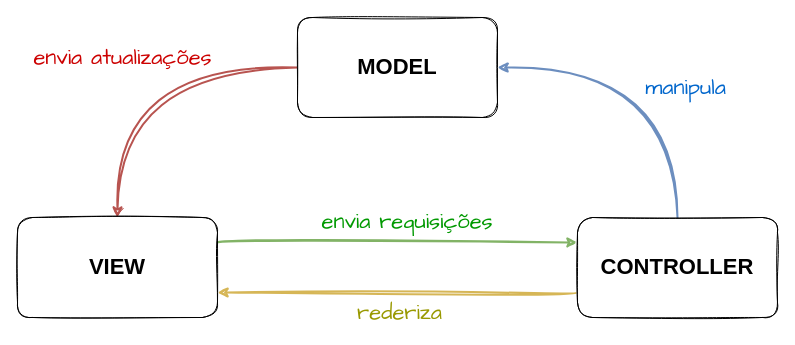
This is page "MVC" (3 of 3) of IGTI-PA_ARS.drawio from heliomarpm/diagrams.drawio, a draw.io file, before an edit. Source tidied: cells renumbered, new cells numbered last; positions are measured from the earlier drawing's top-left corner, leaving out a move shared by most shapes. Both pictures are drawn from the tidied source at 100%, with x=0, y=0 at pixel (17, 17).
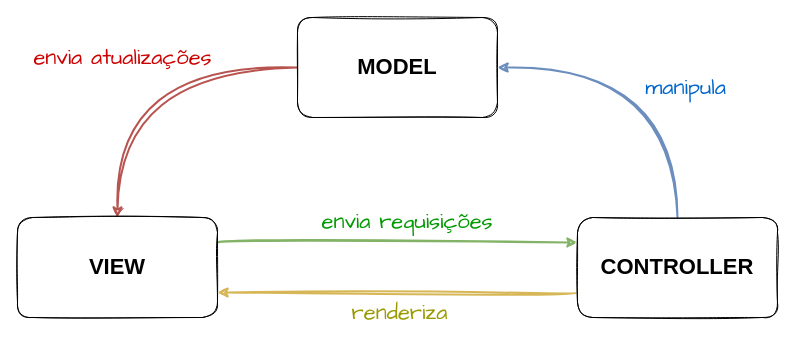
The same page after the edit.

Diff of the diagram source:
```diff
@@
 <mxGraphModel>
   <root>
     <mxCell id="0" />
     <mxCell id="1" parent="0" />
     <mxCell id="2" style="edgeStyle=orthogonalEdgeStyle;rounded=0;sketch=1;hachureGap=4;jiggle=2;jettySize=auto;html=1;entryX=0.5;entryY=0;entryDx=0;entryDy=0;fontFamily=Architects Daughter;fontSize=22;curved=1;fillColor=#f8cecc;strokeColor=#b85450;strokeWidth=2;" parent="1" edge="1" source="4" target="7">
       <mxGeometry relative="1" as="geometry" />
     </mxCell>
     <mxCell id="3" value="&amp;nbsp;envia atualizações&amp;nbsp;" style="edgeLabel;html=1;align=center;verticalAlign=middle;fontSize=22;fontFamily=Architects Daughter;fontColor=#CC0000;" parent="2" vertex="1">
       <mxGeometry x="-0.23" y="34" relative="1" as="geometry">
         <mxPoint x="-49" y="-44" as="offset" />
       </mxGeometry>
     </mxCell>
     <mxCell id="4" value="MODEL" style="rounded=1;whiteSpace=wrap;html=1;fontSize=22;fontStyle=1;sketch=1;" parent="1" vertex="1">
       <mxGeometry x="280" width="200" height="100" as="geometry" />
     </mxCell>
     <mxCell id="5" style="edgeStyle=orthogonalEdgeStyle;curved=1;rounded=0;sketch=1;hachureGap=4;jiggle=2;jettySize=auto;html=1;entryX=0;entryY=0.25;entryDx=0;entryDy=0;strokeWidth=2;fontFamily=Architects Daughter;fontSize=22;fontColor=#0066CC;exitX=1;exitY=0.25;exitDx=0;exitDy=0;fillColor=#d5e8d4;strokeColor=#82b366;" parent="1" edge="1" source="7" target="12">
       <mxGeometry relative="1" as="geometry" />
     </mxCell>
     <mxCell id="6" value="&amp;nbsp;envia requisições&amp;nbsp;&amp;nbsp;" style="edgeLabel;html=1;align=center;verticalAlign=middle;fontSize=22;fontFamily=Architects Daughter;fontColor=#009900;" parent="5" vertex="1">
       <mxGeometry x="0.07" y="3" relative="1" as="geometry">
         <mxPoint y="-17" as="offset" />
       </mxGeometry>
     </mxCell>
     <mxCell id="7" value="VIEW" style="rounded=1;whiteSpace=wrap;html=1;fontSize=22;fontStyle=1;sketch=1;" parent="1" vertex="1">
       <mxGeometry y="200" width="200" height="100" as="geometry" />
     </mxCell>
     <mxCell id="8" style="edgeStyle=orthogonalEdgeStyle;curved=1;rounded=0;sketch=1;hachureGap=4;jiggle=2;jettySize=auto;html=1;entryX=1;entryY=0.5;entryDx=0;entryDy=0;strokeWidth=2;fontFamily=Architects Daughter;fontSize=22;fontColor=#CC0000;exitX=0.5;exitY=0;exitDx=0;exitDy=0;fillColor=#dae8fc;strokeColor=#6c8ebf;" parent="1" edge="1" source="12" target="4">
       <mxGeometry relative="1" as="geometry" />
     </mxCell>
     <mxCell id="9" value="&amp;nbsp;manipula&amp;nbsp;" style="edgeLabel;html=1;align=center;verticalAlign=middle;fontSize=22;fontFamily=Architects Daughter;fontColor=#0066CC;" parent="8" vertex="1">
       <mxGeometry x="0.28" y="30" relative="1" as="geometry">
         <mxPoint x="68" y="-10" as="offset" />
       </mxGeometry>
     </mxCell>
     <mxCell id="10" style="edgeStyle=orthogonalEdgeStyle;curved=1;rounded=0;sketch=1;hachureGap=4;jiggle=2;jettySize=auto;html=1;entryX=1;entryY=0.75;entryDx=0;entryDy=0;strokeWidth=2;fontFamily=Architects Daughter;fontSize=22;fontColor=#0066CC;exitX=0;exitY=0.75;exitDx=0;exitDy=0;fillColor=#fff2cc;strokeColor=#d6b656;" parent="1" edge="1" source="12" target="7">
       <mxGeometry relative="1" as="geometry" />
     </mxCell>
-    <mxCell id="11" value="&amp;nbsp;rederiza&amp;nbsp;" style="edgeLabel;html=1;align=center;verticalAlign=middle;fontSize=22;fontFamily=Architects Daughter;fontColor=#999900;" parent="10" vertex="1">
+    <mxCell id="11" value="&amp;nbsp;renderiza&amp;nbsp;" style="edgeLabel;html=1;align=center;verticalAlign=middle;fontSize=22;fontFamily=Architects Daughter;fontColor=#999900;" parent="10" vertex="1">
       <mxGeometry x="-0.16" y="-2" relative="1" as="geometry">
         <mxPoint x="-28" y="22" as="offset" />
       </mxGeometry>
     </mxCell>
     <mxCell id="12" value="CONTROLLER" style="rounded=1;whiteSpace=wrap;html=1;fontSize=22;fontStyle=1;sketch=1;" parent="1" vertex="1">
       <mxGeometry x="560" y="200" width="200" height="100" as="geometry" />
     </mxCell>
   </root>
 </mxGraphModel>
```
